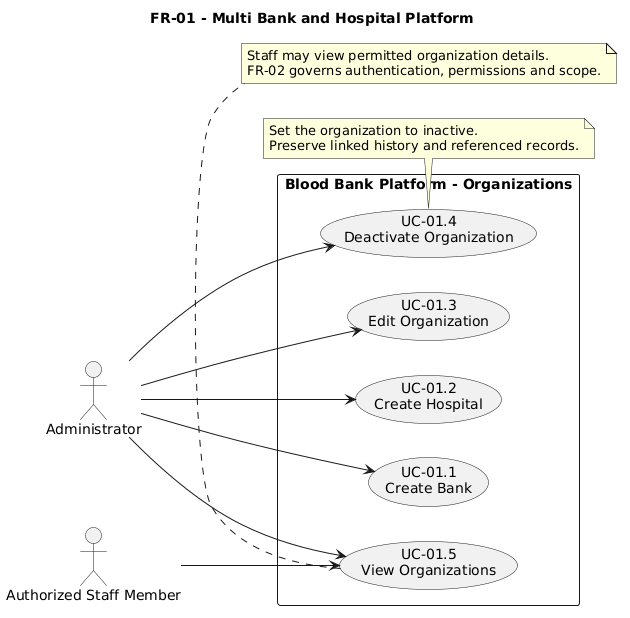
Before: docs/uml/Use Case/UC-01-Organizations.png, a diagram exported from PlantUML (TitanDevX/BloodBankPlatformUni).
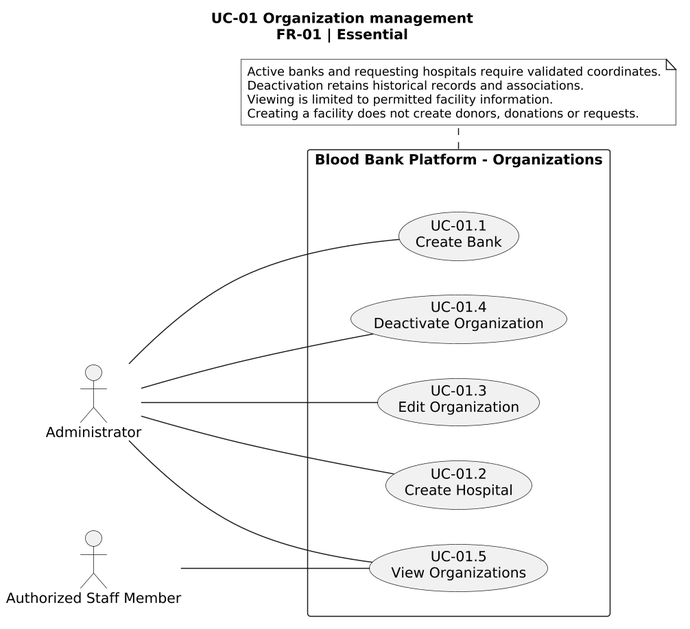
After the change.

The edit, as a diff of the source:
```diff
@@ -1,28 +1,33 @@
 @startuml
-title FR-01 - Multi Bank and Hospital Platform
+title UC-01 Organization management\nFR-01 | Essential
+skinparam monochrome true
+skinparam shadowing false
+skinparam defaultFontName Arial
+skinparam defaultFontSize 14
+skinparam ArrowFontSize 13
+skinparam noteFontSize 12
+skinparam dpi 140
 left to right direction
 skinparam packageStyle rectangle
 actor "Administrator" as Admin
 actor "Authorized Staff Member" as Staff
-rectangle "Blood Bank Platform - Organizations" {
-  usecase "UC-01.1\nCreate Bank" as CreateBank
-  usecase "UC-01.2\nCreate Hospital" as CreateHospital
-  usecase "UC-01.3\nEdit Organization" as Edit
-  usecase "UC-01.4\nDeactivate Organization" as Deactivate
-  usecase "UC-01.5\nView Organizations" as View
+rectangle "Blood Bank Platform - Organizations" as Platform {
+ usecase "UC-01.1\nCreate Bank" as Bank
+ usecase "UC-01.2\nCreate Hospital" as Hospital
+ usecase "UC-01.3\nEdit Organization" as Edit
+ usecase "UC-01.4\nDeactivate Organization" as Deactivate
+ usecase "UC-01.5\nView Organizations" as View
 }
-Admin --> CreateBank
-Admin --> CreateHospital
-Admin --> Edit
-Admin --> Deactivate
-Admin --> View
-Staff --> View
-note bottom of Deactivate
-  Set the organization to inactive.
-  Preserve linked history and referenced records.
-end note
-note bottom of View
-  Staff may view permitted organization details.
-  FR-02 governs authentication, permissions and scope.
+Admin -- Bank
+Admin -- Hospital
+Admin -- Edit
+Admin -- Deactivate
+Admin -- View
+Staff -- View
+note bottom of Platform
+ Active banks and requesting hospitals require validated coordinates.
+ Deactivation retains historical records and associations.
+ Viewing is limited to permitted facility information.
+ Creating a facility does not create donors, donations or requests.
 end note
 @enduml
```
